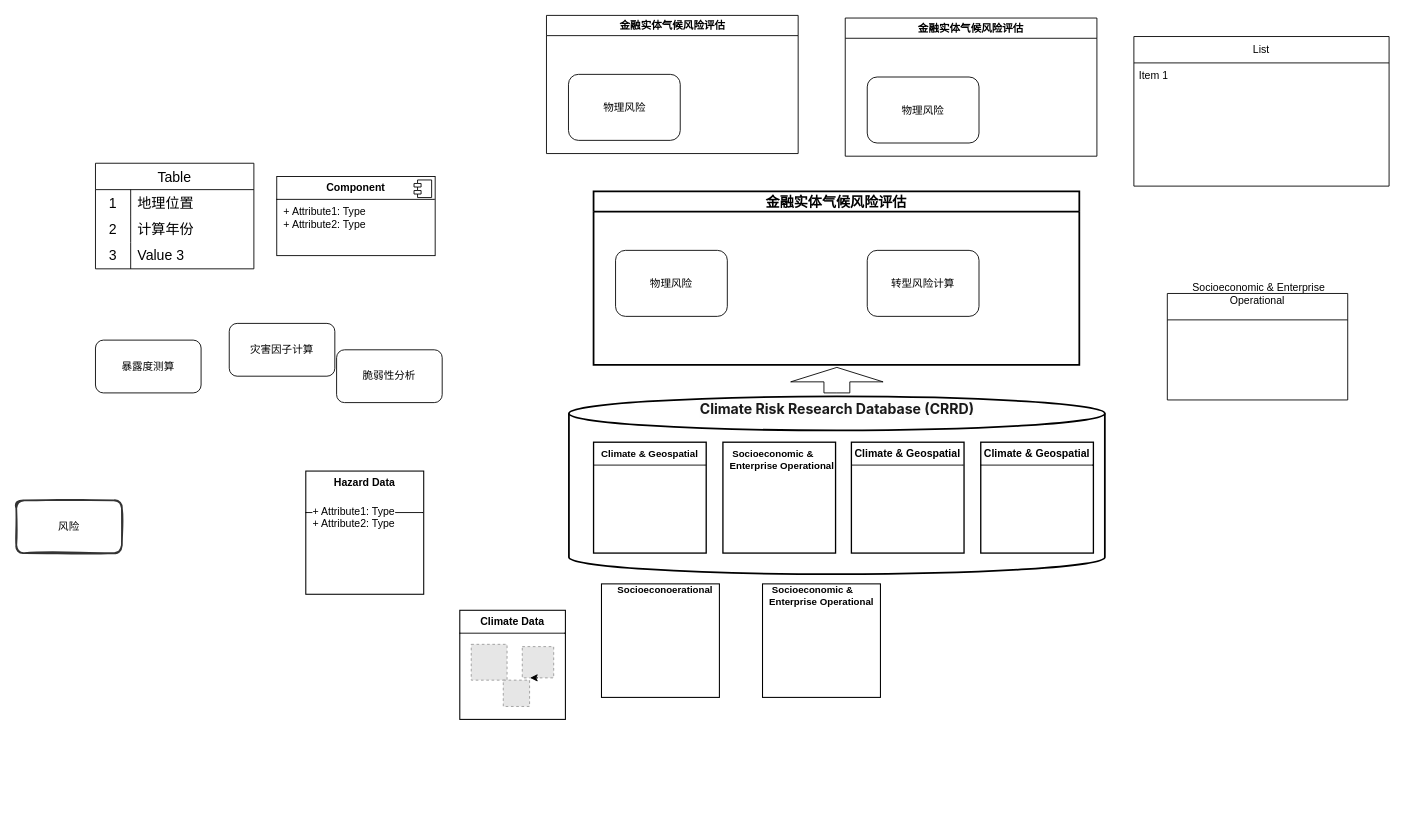
Before: youjivest.drawio in RenboLee/drow.io, a draw.io diagram. Source tidied: cells renumbered, new cells numbered last; positions are measured from the earlier drawing's top-left corner, leaving out a move shared by most shapes. Both pictures are drawn from the tidied source at 88%, with x=0, y=0 at pixel (16, 15). Pictures stored in the file or linked from it are replaced by grey dashed boxes.
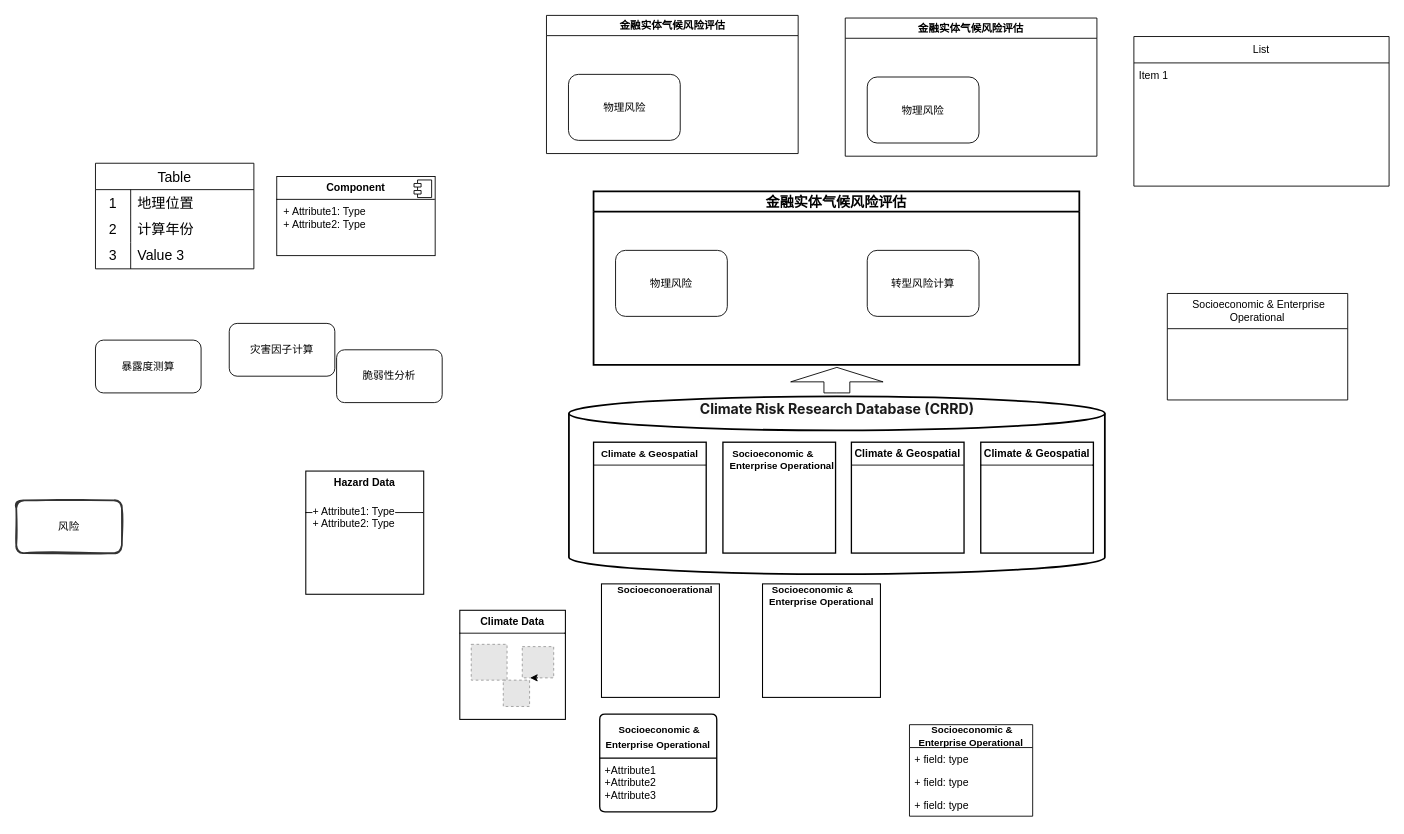
Above is the later version.

Diff of the diagram source:
```diff
@@
-    <mxCell id="46" value=" Socioeconomic &amp; Enterprise Operational&#10;&#10;" style="shape=table;startSize=30;childLayout=tableLayout;whiteSpace=wrap;fontFamily=Helvetica;labelBackgroundColor=none;" parent="1" vertex="1">
+    <mxCell id="46" value=" Socioeconomic &amp; Enterprise Operational" style="shape=table;startSize=40;childLayout=tableLayout;whiteSpace=wrap;fontFamily=Helvetica;labelBackgroundColor=none;" parent="1" vertex="1">
       <mxGeometry x="1308" y="316" width="205" height="121" as="geometry" />
     </mxCell>
     <mxCell id="47" style="shape=tableRow;horizontal=0;startSize=0;swimlaneHead=0;swimlaneBody=0;top=0;left=0;bottom=0;right=0;fillColor=none;labelBackgroundColor=none;" parent="46" vertex="1">
-      <mxGeometry y="30" width="205" height="91" as="geometry" />
+      <mxGeometry y="40" width="205" height="81" as="geometry" />
     </mxCell>
     <mxCell id="48" style="shape=partialRectangle;html=1;whiteSpace=wrap;overflow=hidden;fillColor=none;top=0;left=0;bottom=0;right=0;labelBackgroundColor=none;" parent="47" vertex="1">
-      <mxGeometry width="205" height="91" as="geometry" />
+      <mxGeometry width="205" height="81" as="geometry" />
     </mxCell>
@@
+    <mxCell id="50" value="&lt;b style=&quot;font-size: 12px;&quot;&gt;&lt;font style=&quot;font-size: 11px; line-height: 5.5px;&quot;&gt;&amp;nbsp;Socioeconomic &amp;amp; Enterprise Operational&lt;/font&gt;&lt;/b&gt;" style="swimlane;horizontal=1;startSize=50;rounded=1;fontSize=14;fontStyle=0;strokeWidth=1.5;shadow=0;dashed=0;align=center;arcSize=4;whiteSpace=wrap;html=1;" parent="1" vertex="1">
+      <mxGeometry x="663" y="794" width="133" height="111" as="geometry" />
+    </mxCell>
+    <mxCell id="51" value="+Attribute1&#10;+Attribute2&#10;+Attribute3" style="align=left;strokeColor=none;fillColor=none;spacingLeft=4;spacingRight=4;fontSize=12;verticalAlign=top;html=1;whiteSpace=wrap;" parent="50" vertex="1">
+      <mxGeometry y="50" width="133" height="61" as="geometry" />
+    </mxCell>
+    <mxCell id="52" value="&lt;b style=&quot;text-align: left;&quot;&gt;&lt;font style=&quot;font-size: 11px; line-height: 5.5px;&quot;&gt;&amp;nbsp;Socioeconomic &amp;amp; Enterprise Operational&lt;/font&gt;&lt;/b&gt;" style="swimlane;fontStyle=0;horizontal=1;startSize=26;fillColor=none;whiteSpace=wrap;html=1;spacing=2;spacingBottom=0;" parent="1" vertex="1">
+      <mxGeometry x="1015" y="806" width="140" height="104" as="geometry" />
+    </mxCell>
+    <mxCell id="53" value="+ field: type" style="text;strokeColor=none;fillColor=none;align=left;verticalAlign=top;spacingLeft=4;spacingRight=4;overflow=hidden;whiteSpace=wrap;html=1;" parent="52" vertex="1">
+      <mxGeometry y="26" width="140" height="26" as="geometry" />
+    </mxCell>
+    <mxCell id="54" value="+ field: type" style="text;strokeColor=none;fillColor=none;align=left;verticalAlign=top;spacingLeft=4;spacingRight=4;overflow=hidden;whiteSpace=wrap;html=1;" parent="52" vertex="1">
+      <mxGeometry y="52" width="140" height="26" as="geometry" />
+    </mxCell>
+    <mxCell id="55" value="+ field: type" style="text;strokeColor=none;fillColor=none;align=left;verticalAlign=top;spacingLeft=4;spacingRight=4;overflow=hidden;whiteSpace=wrap;html=1;" parent="52" vertex="1">
+      <mxGeometry y="78" width="140" height="26" as="geometry" />
+    </mxCell>
```
